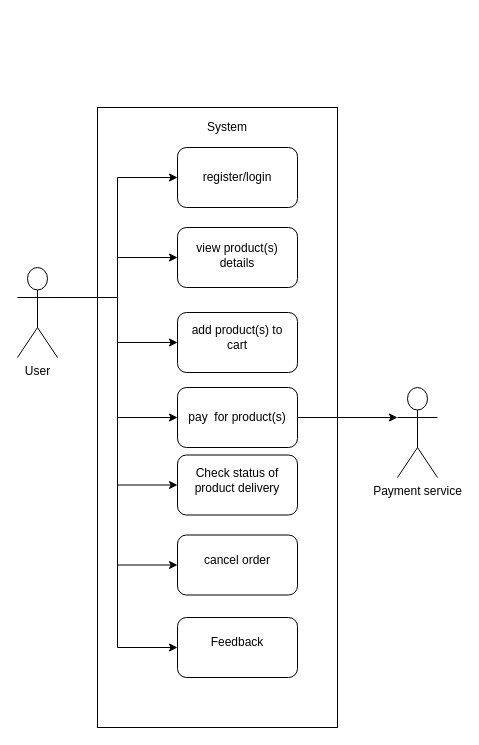
Earlier version of the draw.io diagram amazon_user.drawio (MohitBurkule/uml-diagrams). Source tidied: cells renumbered, new cells numbered last; positions are measured from the earlier drawing's top-left corner, leaving out a move shared by most shapes. Both pictures are drawn from the tidied source at 100%, with x=0, y=0 at pixel (17, 107).
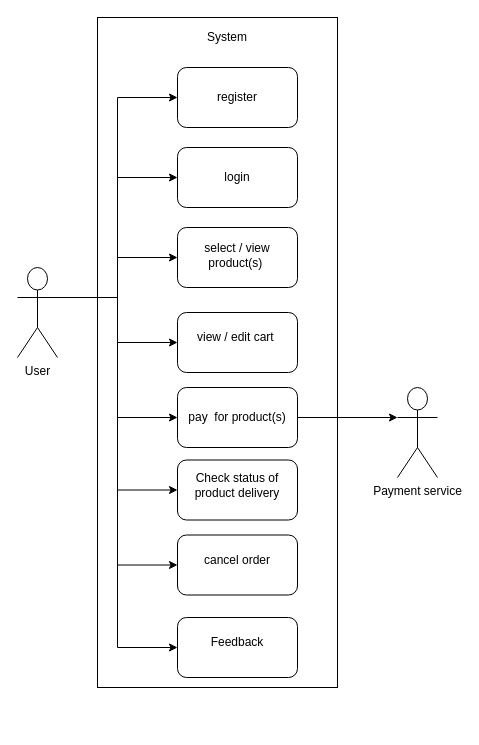
The same diagram, later.

Unchanged cells that the change refers to:
```xml
<mxCell id="10" value="User" style="shape=umlActor;verticalLabelPosition=bottom;labelBackgroundColor=#ffffff;verticalAlign=top;html=1;" parent="1" vertex="1">
  <mxGeometry y="160" width="40" height="90" as="geometry" />
</mxCell>
```

What changed in the source:
```diff
@@
     <mxCell id="2" style="rounded=0;whiteSpace=wrap;html=1;" parent="1" vertex="1">
-      <mxGeometry x="80" width="240" height="620" as="geometry" />
+      <mxGeometry x="80" y="-90" width="240" height="670" as="geometry" />
     </mxCell>
@@
+    <mxCell id="28" style="edgeStyle=orthogonalEdgeStyle;rounded=0;jettySize=auto;html=1;exitX=1;exitY=0.3333333333333333;exitDx=0;exitDy=0;exitPerimeter=0;entryX=0;entryY=0.5;entryDx=0;entryDy=0;" parent="1" edge="1" source="10" target="29">
+      <mxGeometry relative="1" as="geometry" />
+    </mxCell>
@@
-    <mxCell id="16" value="register/login" style="text;html=1;strokeColor=none;fillColor=none;align=center;verticalAlign=middle;whiteSpace=wrap;rounded=0;" parent="1" vertex="1">
+    <mxCell id="16" value="login" style="text;html=1;strokeColor=none;fillColor=none;align=center;verticalAlign=middle;whiteSpace=wrap;rounded=0;" parent="1" vertex="1">
       <mxGeometry x="170" y="50" width="100" height="40" as="geometry" />
     </mxCell>
-    <mxCell id="17" value="add product(s) to cart" style="text;html=1;strokeColor=none;fillColor=none;align=center;verticalAlign=middle;whiteSpace=wrap;rounded=0;" parent="1" vertex="1">
+    <mxCell id="17" value="view / edit cart&amp;nbsp;" style="text;html=1;strokeColor=none;fillColor=none;align=center;verticalAlign=middle;whiteSpace=wrap;rounded=0;" parent="1" vertex="1">
       <mxGeometry x="170" y="210" width="100" height="40" as="geometry" />
     </mxCell>
-    <mxCell id="18" value="view product(s) details" style="text;html=1;strokeColor=none;fillColor=none;align=center;verticalAlign=middle;whiteSpace=wrap;rounded=0;" parent="1" vertex="1">
+    <mxCell id="18" value="select / view product(s)&amp;nbsp;" style="text;html=1;strokeColor=none;fillColor=none;align=center;verticalAlign=middle;whiteSpace=wrap;rounded=0;" parent="1" vertex="1">
       <mxGeometry x="170" y="127.5" width="100" height="40" as="geometry" />
     </mxCell>
@@
     <mxCell id="21" style="rounded=1;whiteSpace=wrap;html=1;" parent="1" vertex="1">
-      <mxGeometry x="160" y="347.5" width="120" height="60" as="geometry" />
+      <mxGeometry x="160" y="352.5" width="120" height="60" as="geometry" />
     </mxCell>
     <mxCell id="22" value="Check status of product delivery" style="text;html=1;strokeColor=none;fillColor=none;align=center;verticalAlign=middle;whiteSpace=wrap;rounded=0;" parent="1" vertex="1">
-      <mxGeometry x="170" y="352.5" width="100" height="40" as="geometry" />
+      <mxGeometry x="170" y="357.5" width="100" height="40" as="geometry" />
     </mxCell>
@@
     <mxCell id="25" value="System" style="text;html=1;strokeColor=none;fillColor=none;align=center;verticalAlign=middle;whiteSpace=wrap;rounded=0;" parent="1" vertex="1">
-      <mxGeometry x="190" y="10" width="40" height="20" as="geometry" />
+      <mxGeometry x="190" y="-80" width="40" height="20" as="geometry" />
     </mxCell>
@@
+    <mxCell id="29" style="rounded=1;whiteSpace=wrap;html=1;" parent="1" vertex="1">
+      <mxGeometry x="160" y="-40" width="120" height="60" as="geometry" />
+    </mxCell>
+    <mxCell id="30" value="register" style="text;html=1;strokeColor=none;fillColor=none;align=center;verticalAlign=middle;whiteSpace=wrap;rounded=0;" parent="1" vertex="1">
+      <mxGeometry x="170" y="-30" width="100" height="40" as="geometry" />
+    </mxCell>
```
